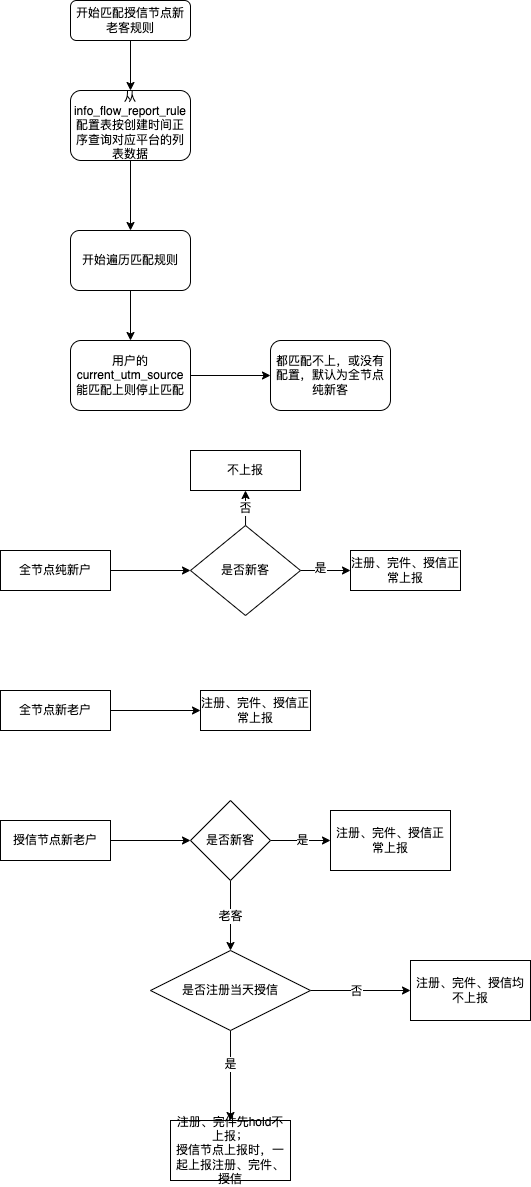
The draw.io diagram 授信节点新老客.png in yuanlj-tea/picgo, before a commit. Source tidied: cells renumbered, new cells last; positions are measured from the earlier drawing's top-left corner, leaving out a move shared by most shapes.
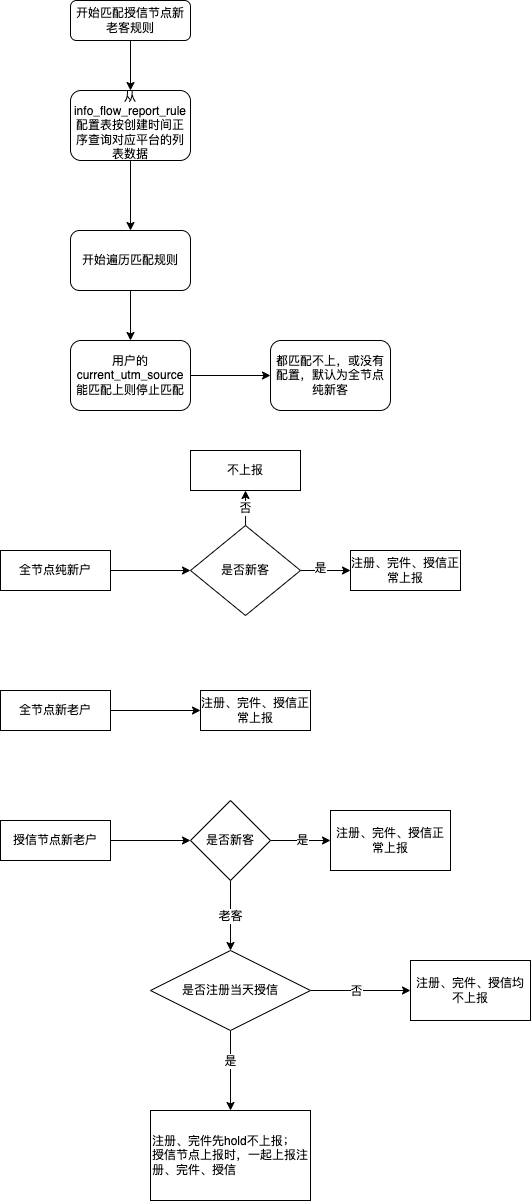
After the commit.

Commit message:
更新授信节点新老客.png

Change to the diagram source:
```diff
@@ -117,8 +117,8 @@
     <mxCell id="36" value="注册、完件、授信均不上报" style="whiteSpace=wrap;html=1;" parent="1" vertex="1">
       <mxGeometry x="410" y="960" width="120" height="60" as="geometry" />
     </mxCell>
-    <mxCell id="37" value="注册、完件先hold不上报；&lt;br&gt;授信节点上报时，一起上报注册、完件、授信" style="whiteSpace=wrap;html=1;" parent="1" vertex="1">
-      <mxGeometry x="170" y="1120" width="120" height="60" as="geometry" />
+    <mxCell id="37" value="注册、完件先hold不上报；&lt;br&gt;授信节点上报时，一起上报注册、完件、授信" style="whiteSpace=wrap;html=1;align=left;" parent="1" vertex="1">
+      <mxGeometry x="150" y="1110" width="160" height="90" as="geometry" />
     </mxCell>
   </root>
 </mxGraphModel>
```
